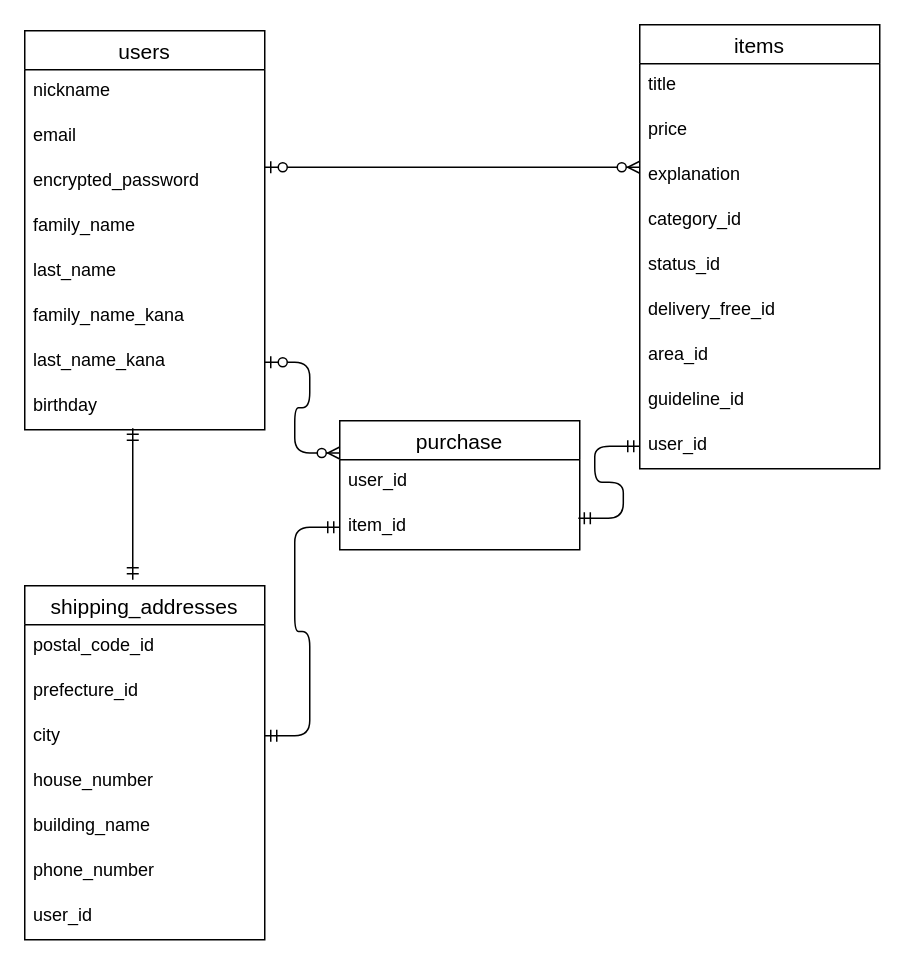
yamamoto-makoto2020/furima-31131 keeps this draw.io diagram as furima.dio. Above is the earlier version. Source tidied: cells renumbered, new cells numbered last; positions are measured from the earlier drawing's top-left corner, leaving out a move shared by most shapes. Both pictures are drawn from the tidied source at 150%, with x=0, y=0 at pixel (24, 24).
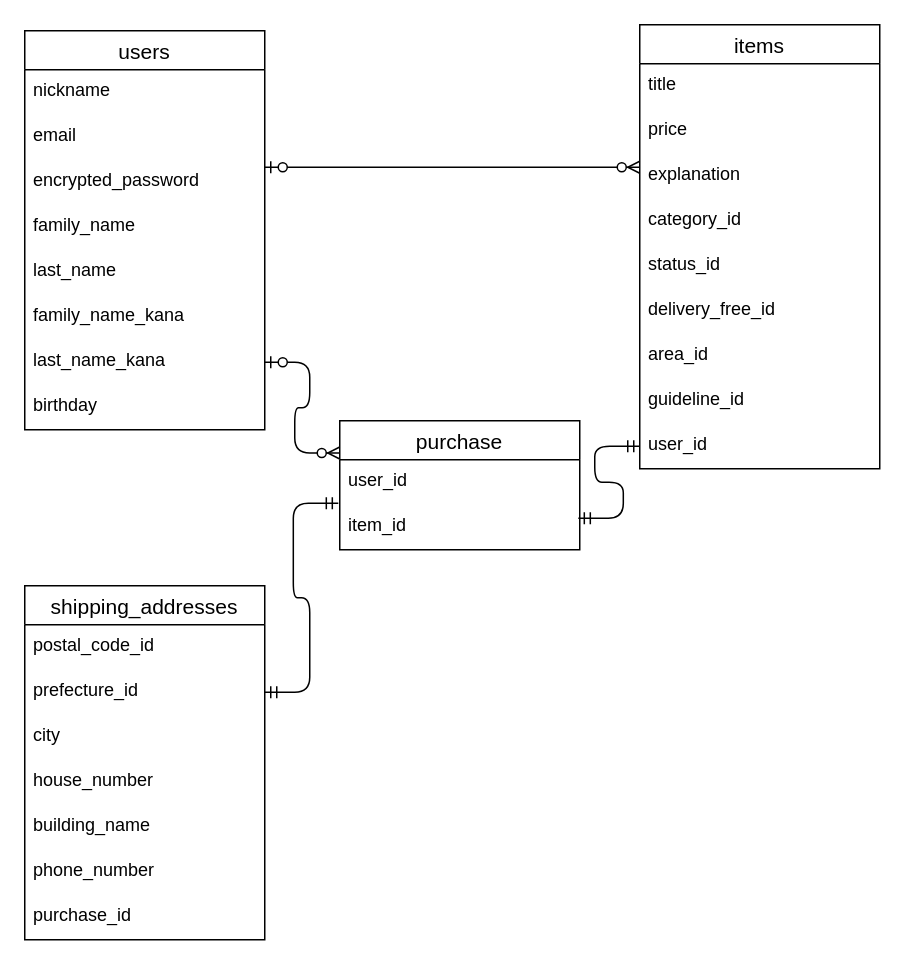
Above is the later version.

Commit message (it also covers changes not shown here):
データベース設計の修正４

The change refers to these unchanged cells:
```xml
<mxCell id="23" value="birthday" style="text;strokeColor=none;fillColor=none;spacingLeft=4;spacingRight=4;overflow=hidden;points=[[0,0.5],[1,0.5]];portConstraint=eastwest;fontSize=12;" parent="15" vertex="1">
  <mxGeometry y="236" width="160" height="30" as="geometry" />
</mxCell>
<mxCell id="26" value="item_id" style="text;strokeColor=none;fillColor=none;spacingLeft=4;spacingRight=4;overflow=hidden;points=[[0,0.5],[1,0.5]];portConstraint=eastwest;fontSize=12;" parent="24" vertex="1">
  <mxGeometry y="56" width="160" height="30" as="geometry" />
</mxCell>
<mxCell id="27" value="shipping_addresses" style="swimlane;fontStyle=0;horizontal=1;startSize=26;align=center;fontSize=14;" parent="1" vertex="1">
  <mxGeometry y="374" width="160" height="236" as="geometry" />
</mxCell>
<mxCell id="29" value="prefecture_id" style="text;strokeColor=none;fillColor=none;spacingLeft=4;spacingRight=4;overflow=hidden;points=[[0,0.5],[1,0.5]];portConstraint=eastwest;fontSize=12;" parent="27" vertex="1">
  <mxGeometry y="56" width="160" height="30" as="geometry" />
</mxCell>
```

Diff of the diagram source:
```diff
@@
-    <mxCell id="34" value="user_id" style="text;strokeColor=none;fillColor=none;spacingLeft=4;spacingRight=4;overflow=hidden;fontSize=12;" parent="27" vertex="1">
+    <mxCell id="34" value="purchase_id" style="text;strokeColor=none;fillColor=none;spacingLeft=4;spacingRight=4;overflow=hidden;fontSize=12;" parent="27" vertex="1">
       <mxGeometry y="206" width="160" height="30" as="geometry" />
     </mxCell>
-    <mxCell id="35" style="edgeStyle=entityRelationEdgeStyle;fontSize=12;html=1;endArrow=ERmandOne;startArrow=ERmandOne;entryX=0;entryY=0.5;entryDx=0;entryDy=0;" parent="1" edge="1" target="26">
-      <mxGeometry relative="1" as="geometry">
-        <mxPoint x="160" y="474" as="sourcePoint" />
-      </mxGeometry>
-    </mxCell>
-    <mxCell id="36" style="fontSize=12;html=1;endArrow=ERmandOne;startArrow=ERmandOne;rounded=1;entryX=0.45;entryY=0.967;entryDx=0;entryDy=0;entryPerimeter=0;" parent="1" edge="1" target="23">
-      <mxGeometry relative="1" as="geometry">
-        <mxPoint x="72" y="370" as="sourcePoint" />
-      </mxGeometry>
-    </mxCell>
+    <mxCell id="37" style="edgeStyle=entityRelationEdgeStyle;fontSize=12;html=1;endArrow=ERmandOne;startArrow=ERmandOne;entryX=-0.006;entryY=-0.033;entryDx=0;entryDy=0;entryPerimeter=0;exitX=1;exitY=0.5;exitDx=0;exitDy=0;" parent="1" edge="1" source="29" target="26">
+      <mxGeometry relative="1" as="geometry" />
+    </mxCell>
```
